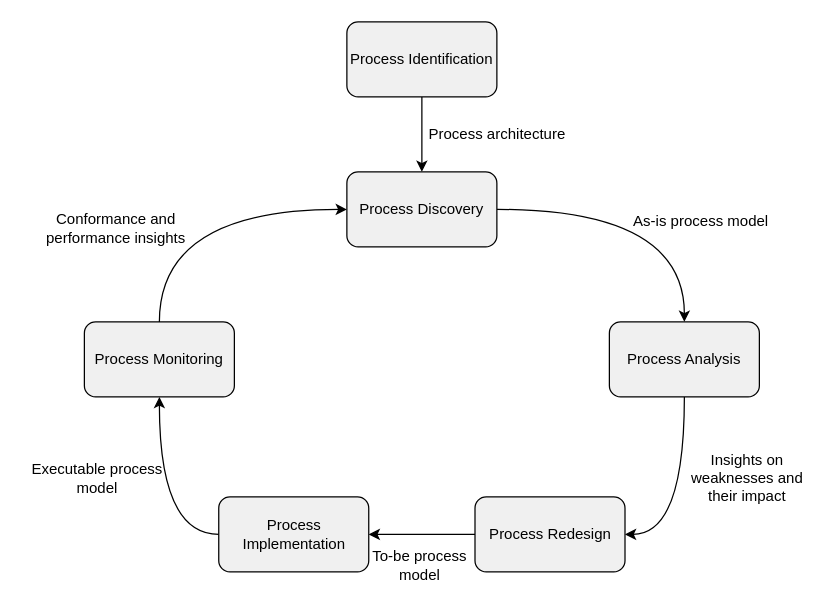
Earlier version of the draw.io diagram page "bpm lifecycle" (5 of 5) of PM^2 PDD.drawio (TKForgeron/INFOME). Source tidied: cells renumbered, new cells numbered last; positions are measured from the earlier drawing's top-left corner, leaving out a move shared by most shapes. Both pictures are drawn from the tidied source at 125%, with x=0, y=0 at pixel (21, 21).
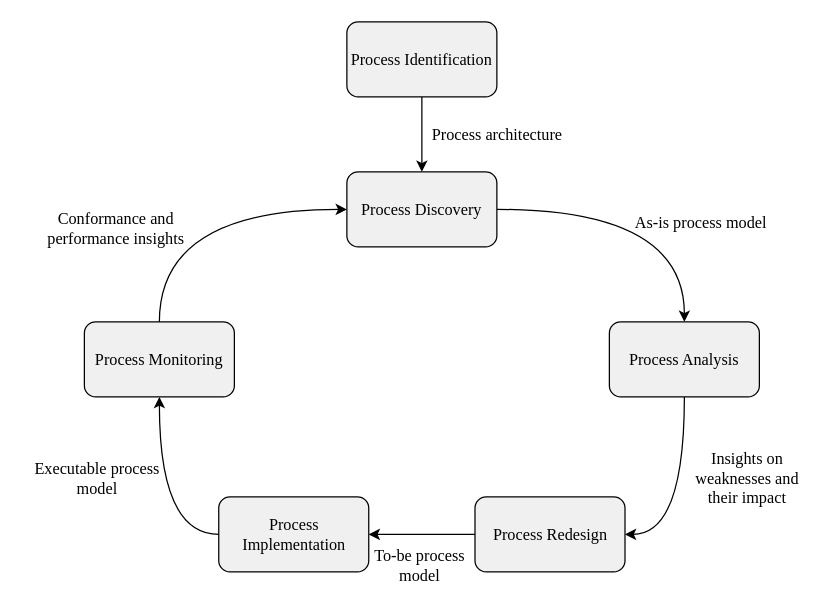
After the change.

Commit message:
add bpm lifecycle

The edit, as a diff of the source:
```diff
@@
 <mxGraphModel>
   <root>
     <mxCell id="0" />
     <mxCell id="1" parent="0" />
-    <mxCell id="2" style="edgeStyle=orthogonalEdgeStyle;curved=1;rounded=0;jettySize=auto;html=1;entryX=0.5;entryY=0;entryDx=0;entryDy=0;" parent="1" edge="1" source="3" target="5">
+    <mxCell id="2" style="edgeStyle=orthogonalEdgeStyle;curved=1;rounded=0;jettySize=auto;html=1;entryX=0.5;entryY=0;entryDx=0;entryDy=0;fontFamily=Times New Roman;fontSize=13;" parent="1" edge="1" source="3" target="5">
       <mxGeometry relative="1" as="geometry" />
     </mxCell>
-    <mxCell id="3" value="&lt;div&gt;Process Identification&lt;/div&gt;" style="rounded=1;whiteSpace=wrap;html=1;fillColor=#F0F0F0;" parent="1" vertex="1">
+    <mxCell id="3" value="&lt;div style=&quot;font-size: 13px;&quot;&gt;Process Identification&lt;/div&gt;" style="rounded=1;whiteSpace=wrap;html=1;fillColor=#F0F0F0;fontFamily=Times New Roman;fontSize=13;" parent="1" vertex="1">
       <mxGeometry x="260" width="120" height="60" as="geometry" />
     </mxCell>
-    <mxCell id="4" style="edgeStyle=orthogonalEdgeStyle;curved=1;rounded=0;jettySize=auto;html=1;" parent="1" edge="1" source="5" target="7">
+    <mxCell id="4" style="edgeStyle=orthogonalEdgeStyle;curved=1;rounded=0;jettySize=auto;html=1;fontFamily=Times New Roman;fontSize=13;" parent="1" edge="1" source="5" target="7">
       <mxGeometry relative="1" as="geometry" />
     </mxCell>
-    <mxCell id="5" value="Process Discovery" style="rounded=1;whiteSpace=wrap;html=1;fillColor=#F0F0F0;" parent="1" vertex="1">
+    <mxCell id="5" value="Process Discovery" style="rounded=1;whiteSpace=wrap;html=1;fillColor=#F0F0F0;fontFamily=Times New Roman;fontSize=13;" parent="1" vertex="1">
       <mxGeometry x="260" y="120" width="120" height="60" as="geometry" />
     </mxCell>
-    <mxCell id="6" style="edgeStyle=orthogonalEdgeStyle;curved=1;rounded=0;jettySize=auto;html=1;entryX=1;entryY=0.5;entryDx=0;entryDy=0;exitX=0.5;exitY=1;exitDx=0;exitDy=0;" parent="1" edge="1" source="7" target="9">
+    <mxCell id="6" style="edgeStyle=orthogonalEdgeStyle;curved=1;rounded=0;jettySize=auto;html=1;entryX=1;entryY=0.5;entryDx=0;entryDy=0;exitX=0.5;exitY=1;exitDx=0;exitDy=0;fontFamily=Times New Roman;fontSize=13;" parent="1" edge="1" source="7" target="9">
       <mxGeometry relative="1" as="geometry" />
     </mxCell>
-    <mxCell id="7" value="Process Analysis" style="rounded=1;whiteSpace=wrap;html=1;fillColor=#F0F0F0;" parent="1" vertex="1">
+    <mxCell id="7" value="Process Analysis" style="rounded=1;whiteSpace=wrap;html=1;fillColor=#F0F0F0;fontFamily=Times New Roman;fontSize=13;" parent="1" vertex="1">
       <mxGeometry x="470" y="240" width="120" height="60" as="geometry" />
     </mxCell>
-    <mxCell id="8" style="edgeStyle=orthogonalEdgeStyle;curved=1;rounded=0;jettySize=auto;html=1;entryX=1;entryY=0.5;entryDx=0;entryDy=0;" parent="1" edge="1" source="9" target="11">
+    <mxCell id="8" style="edgeStyle=orthogonalEdgeStyle;curved=1;rounded=0;jettySize=auto;html=1;entryX=1;entryY=0.5;entryDx=0;entryDy=0;fontFamily=Times New Roman;fontSize=13;" parent="1" edge="1" source="9" target="11">
       <mxGeometry relative="1" as="geometry" />
     </mxCell>
-    <mxCell id="9" value="Process Redesign" style="rounded=1;whiteSpace=wrap;html=1;fillColor=#F0F0F0;" parent="1" vertex="1">
+    <mxCell id="9" value="Process Redesign" style="rounded=1;whiteSpace=wrap;html=1;fillColor=#F0F0F0;fontFamily=Times New Roman;fontSize=13;" parent="1" vertex="1">
       <mxGeometry x="362.5" y="380" width="120" height="60" as="geometry" />
     </mxCell>
-    <mxCell id="10" style="edgeStyle=orthogonalEdgeStyle;curved=1;rounded=0;jettySize=auto;html=1;entryX=0.5;entryY=1;entryDx=0;entryDy=0;exitX=0;exitY=0.5;exitDx=0;exitDy=0;" parent="1" edge="1" source="11" target="13">
+    <mxCell id="10" style="edgeStyle=orthogonalEdgeStyle;curved=1;rounded=0;jettySize=auto;html=1;entryX=0.5;entryY=1;entryDx=0;entryDy=0;exitX=0;exitY=0.5;exitDx=0;exitDy=0;fontFamily=Times New Roman;fontSize=13;" parent="1" edge="1" source="11" target="13">
       <mxGeometry relative="1" as="geometry" />
     </mxCell>
-    <mxCell id="11" value="Process Implementation" style="rounded=1;whiteSpace=wrap;html=1;fillColor=#F0F0F0;" parent="1" vertex="1">
+    <mxCell id="11" value="Process Implementation" style="rounded=1;whiteSpace=wrap;html=1;fillColor=#F0F0F0;fontFamily=Times New Roman;fontSize=13;" parent="1" vertex="1">
       <mxGeometry x="157.5" y="380" width="120" height="60" as="geometry" />
     </mxCell>
-    <mxCell id="12" style="edgeStyle=orthogonalEdgeStyle;curved=1;rounded=0;jettySize=auto;html=1;entryX=0;entryY=0.5;entryDx=0;entryDy=0;exitX=0.5;exitY=0;exitDx=0;exitDy=0;" parent="1" edge="1" source="13" target="5">
+    <mxCell id="12" style="edgeStyle=orthogonalEdgeStyle;curved=1;rounded=0;jettySize=auto;html=1;entryX=0;entryY=0.5;entryDx=0;entryDy=0;exitX=0.5;exitY=0;exitDx=0;exitDy=0;fontFamily=Times New Roman;fontSize=13;" parent="1" edge="1" source="13" target="5">
       <mxGeometry relative="1" as="geometry" />
     </mxCell>
-    <mxCell id="13" value="Process Monitoring" style="rounded=1;whiteSpace=wrap;html=1;fillColor=#F0F0F0;" parent="1" vertex="1">
+    <mxCell id="13" value="Process Monitoring" style="rounded=1;whiteSpace=wrap;html=1;fillColor=#F0F0F0;fontFamily=Times New Roman;fontSize=13;" parent="1" vertex="1">
       <mxGeometry x="50" y="240" width="120" height="60" as="geometry" />
     </mxCell>
-    <mxCell id="14" value="Conformance and &lt;br&gt;performance insights" style="text;html=1;align=center;verticalAlign=middle;strokeColor=none;fillColor=none;" parent="1" vertex="1">
-      <mxGeometry x="10" y="150" width="130" height="30" as="geometry" />
+    <mxCell id="14" value="Conformance and &lt;br style=&quot;font-size: 13px;&quot;&gt;performance insights" style="text;html=1;align=center;verticalAlign=middle;strokeColor=none;fillColor=none;fontFamily=Times New Roman;fontSize=13;" parent="1" vertex="1">
+      <mxGeometry x="15" y="145" width="120" height="40" as="geometry" />
     </mxCell>
-    <mxCell id="15" value="Executable process &lt;br&gt;model" style="text;html=1;align=center;verticalAlign=middle;strokeColor=none;fillColor=none;" parent="1" vertex="1">
-      <mxGeometry y="350" width="120" height="30" as="geometry" />
+    <mxCell id="15" value="Executable process &lt;br style=&quot;font-size: 13px;&quot;&gt;model" style="text;html=1;align=center;verticalAlign=middle;strokeColor=none;fillColor=none;fontFamily=Times New Roman;fontSize=13;" parent="1" vertex="1">
+      <mxGeometry y="345" width="120" height="40" as="geometry" />
     </mxCell>
-    <mxCell id="16" value="To-be process &lt;br&gt;model" style="text;html=1;align=center;verticalAlign=middle;strokeColor=none;fillColor=none;" parent="1" vertex="1">
-      <mxGeometry x="272.5" y="420" width="90" height="30" as="geometry" />
+    <mxCell id="16" value="To-be process &lt;br style=&quot;font-size: 13px;&quot;&gt;model" style="text;html=1;align=center;verticalAlign=middle;strokeColor=none;fillColor=none;fontFamily=Times New Roman;fontSize=13;" parent="1" vertex="1">
+      <mxGeometry x="272.5" y="415" width="90" height="40" as="geometry" />
     </mxCell>
-    <mxCell id="17" value="Insights on &lt;br&gt;weaknesses and &lt;br&gt;their impact" style="text;html=1;align=center;verticalAlign=middle;strokeColor=none;fillColor=none;" parent="1" vertex="1">
+    <mxCell id="17" value="Insights on &lt;br style=&quot;font-size: 13px;&quot;&gt;weaknesses and &lt;br style=&quot;font-size: 13px;&quot;&gt;their impact" style="text;html=1;align=center;verticalAlign=middle;strokeColor=none;fillColor=none;fontFamily=Times New Roman;fontSize=13;" parent="1" vertex="1">
       <mxGeometry x="530" y="340" width="100" height="50" as="geometry" />
     </mxCell>
-    <mxCell id="18" value="Process architecture" style="text;html=1;align=center;verticalAlign=middle;strokeColor=none;fillColor=none;" parent="1" vertex="1">
+    <mxCell id="18" value="Process architecture" style="text;html=1;align=center;verticalAlign=middle;strokeColor=none;fillColor=none;fontFamily=Times New Roman;fontSize=13;" parent="1" vertex="1">
       <mxGeometry x="320" y="80" width="120" height="20" as="geometry" />
     </mxCell>
-    <mxCell id="19" value="&lt;div&gt;As-is process model&lt;/div&gt;" style="text;html=1;align=center;verticalAlign=middle;strokeColor=none;fillColor=none;" parent="1" vertex="1">
+    <mxCell id="19" value="&lt;div style=&quot;font-size: 13px;&quot;&gt;As-is process model&lt;/div&gt;" style="text;html=1;align=center;verticalAlign=middle;strokeColor=none;fillColor=none;fontFamily=Times New Roman;fontSize=13;" parent="1" vertex="1">
       <mxGeometry x="482.5" y="150" width="120" height="20" as="geometry" />
     </mxCell>
   </root>
 </mxGraphModel>
```
